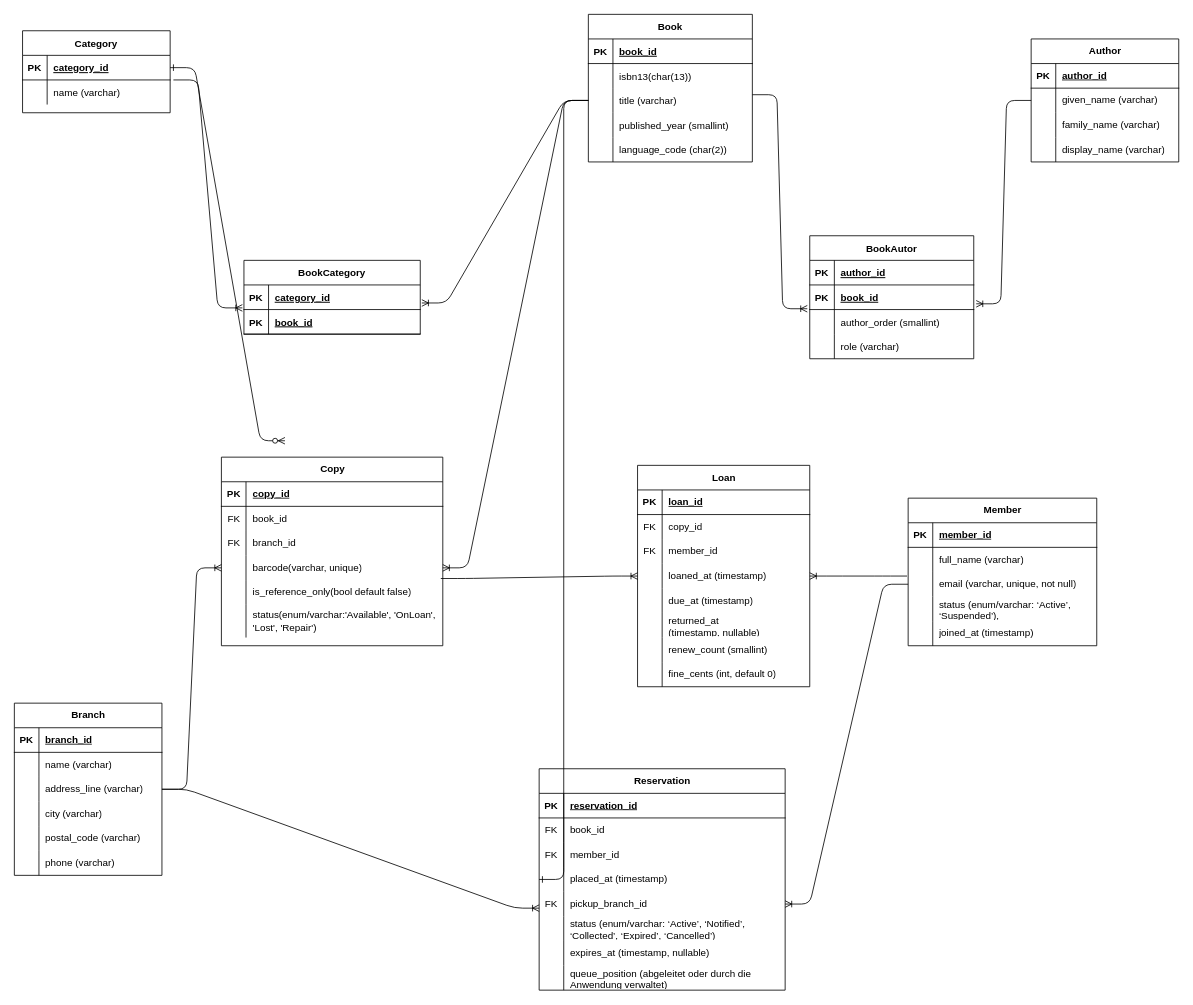
Before: Library_ERD/library_ERD.drawio in kiwipineapple/mini-projects, a draw.io diagram. Source tidied: cells renumbered, new cells numbered last; positions are measured from the earlier drawing's top-left corner, leaving out a move shared by most shapes. Both pictures are drawn from the tidied source at 82%, with x=0, y=0 at pixel (14, 14).
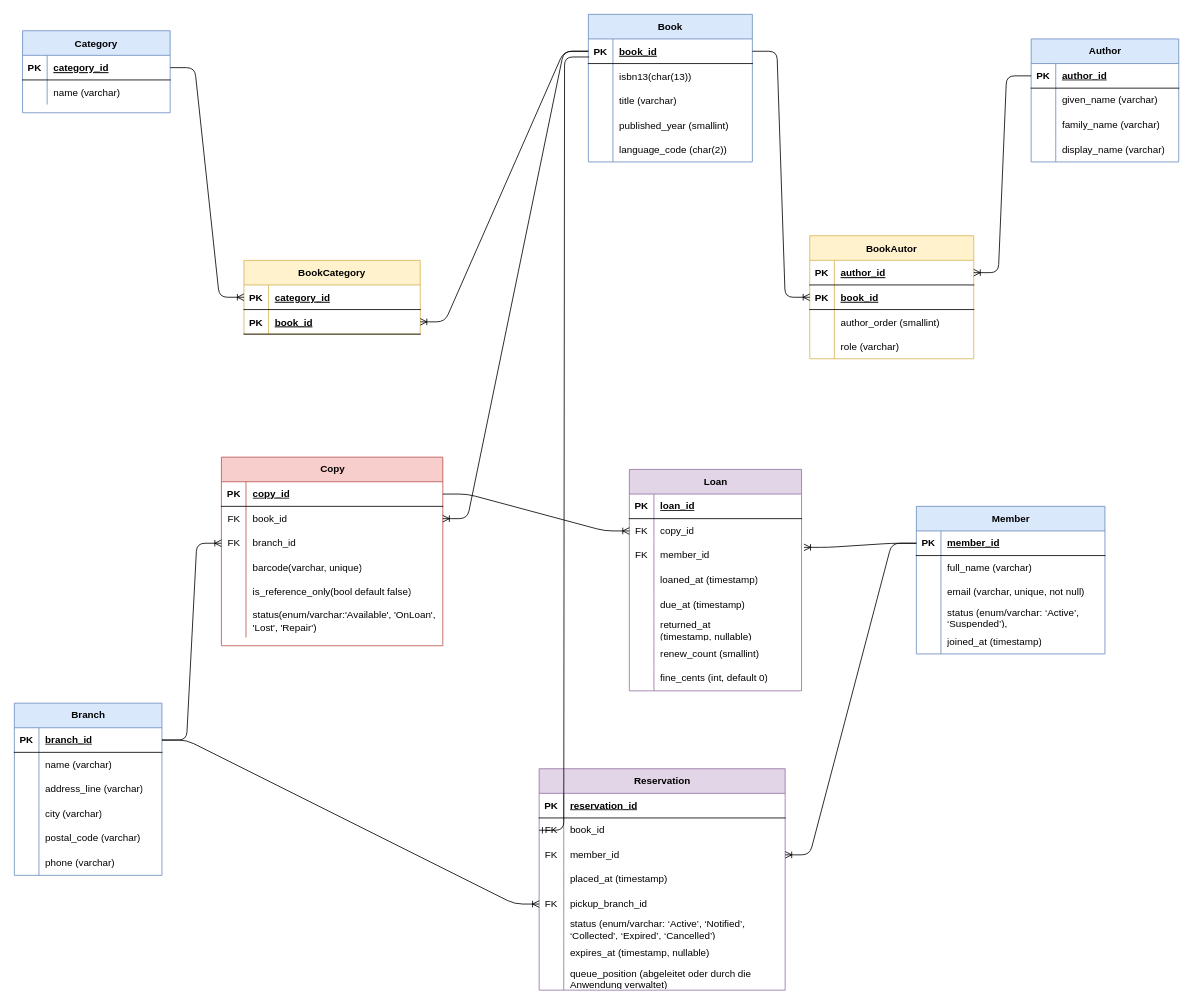
The same page after the edit.

Commit message (it also covers changes not shown here):
Update Library_ERD

The change refers to these unchanged cells:
```xml
<mxCell id="4" style="shape=partialRectangle;fillColor=none;points=[[0,0.5],[1,0.5]];portConstraint=eastwest;top=0;left=0;right=0;bottom=1;" parent="3" vertex="1">
  <mxGeometry y="30" width="215" height="30" as="geometry" />
</mxCell>
<mxCell id="7" style="shape=partialRectangle;fillColor=none;points=[[0,0.5],[1,0.5]];portConstraint=eastwest;top=0;left=0;right=0;bottom=1;" parent="3" vertex="1">
  <mxGeometry y="60" width="215" height="30" as="geometry" />
</mxCell>
<mxCell id="11" style="shape=partialRectangle;fillColor=none;points=[[0,0.5],[1,0.5]];portConstraint=eastwest;top=0;left=0;right=0;bottom=1;" parent="10" vertex="1">
  <mxGeometry y="30" width="200" height="30" as="geometry" />
</mxCell>
<mxCell id="17" style="shape=partialRectangle;fillColor=none;points=[[0,0.5],[1,0.5]];portConstraint=eastwest;top=0;left=0;right=0;bottom=0;" parent="10" vertex="1">
  <mxGeometry y="90" width="200" height="30" as="geometry" />
</mxCell>
<mxCell id="27" style="shape=partialRectangle;fillColor=none;points=[[0,0.5],[1,0.5]];portConstraint=eastwest;top=0;left=0;right=0;bottom=1;" parent="26" vertex="1">
  <mxGeometry y="30" width="180" height="30" as="geometry" />
</mxCell>
<mxCell id="34" style="shape=partialRectangle;fillColor=none;points=[[0,0.5],[1,0.5]];portConstraint=eastwest;top=0;left=0;right=0;bottom=1;" parent="33" vertex="1">
  <mxGeometry y="30" width="200" height="30" as="geometry" />
</mxCell>
<mxCell id="37" style="shape=partialRectangle;fillColor=none;points=[[0,0.5],[1,0.5]];portConstraint=eastwest;top=0;left=0;right=0;bottom=1;" parent="33" vertex="1">
  <mxGeometry y="60" width="200" height="30" as="geometry" />
</mxCell>
<mxCell id="50" style="shape=tableRow;horizontal=0;startSize=0;swimlaneHead=0;swimlaneBody=0;fillColor=none;points=[[0,0.5],[1,0.5]];portConstraint=eastwest;top=0;left=0;right=0;bottom=1;" parent="49" vertex="1">
  <mxGeometry y="30" width="180" height="30" as="geometry" />
</mxCell>
<mxCell id="53" style="shape=tableRow;horizontal=0;startSize=0;swimlaneHead=0;swimlaneBody=0;fillColor=none;points=[[0,0.5],[1,0.5]];portConstraint=eastwest;top=0;left=0;right=0;bottom=0;" parent="49" vertex="1">
  <mxGeometry y="60" width="180" height="30" as="geometry" />
</mxCell>
<mxCell id="64" style="shape=tableRow;horizontal=0;startSize=0;swimlaneHead=0;swimlaneBody=0;fillColor=none;points=[[0,0.5],[1,0.5]];portConstraint=eastwest;top=0;left=0;right=0;bottom=1;" parent="63" vertex="1">
  <mxGeometry y="30" width="270" height="30" as="geometry" />
</mxCell>
<mxCell id="67" style="shape=tableRow;horizontal=0;startSize=0;swimlaneHead=0;swimlaneBody=0;fillColor=none;points=[[0,0.5],[1,0.5]];portConstraint=eastwest;top=0;left=0;right=0;bottom=0;" parent="63" vertex="1">
  <mxGeometry y="60" width="270" height="30" as="geometry" />
</mxCell>
<mxCell id="70" style="shape=tableRow;horizontal=0;startSize=0;swimlaneHead=0;swimlaneBody=0;fillColor=none;points=[[0,0.5],[1,0.5]];portConstraint=eastwest;top=0;left=0;right=0;bottom=0;" parent="63" vertex="1">
  <mxGeometry y="90" width="270" height="30" as="geometry" />
</mxCell>
<mxCell id="73" style="shape=tableRow;horizontal=0;startSize=0;swimlaneHead=0;swimlaneBody=0;fillColor=none;points=[[0,0.5],[1,0.5]];portConstraint=eastwest;top=0;left=0;right=0;bottom=0;" parent="63" vertex="1">
  <mxGeometry y="120" width="270" height="30" as="geometry" />
</mxCell>
<mxCell id="84" style="shape=tableRow;horizontal=0;startSize=0;swimlaneHead=0;swimlaneBody=0;fillColor=none;points=[[0,0.5],[1,0.5]];portConstraint=eastwest;top=0;left=0;right=0;bottom=1;" parent="83" vertex="1">
  <mxGeometry y="30" width="180" height="30" as="geometry" />
</mxCell>
<mxCell id="90" style="shape=tableRow;horizontal=0;startSize=0;swimlaneHead=0;swimlaneBody=0;fillColor=none;points=[[0,0.5],[1,0.5]];portConstraint=eastwest;top=0;left=0;right=0;bottom=0;" parent="83" vertex="1">
  <mxGeometry y="90" width="180" height="30" as="geometry" />
</mxCell>
<mxCell id="103" style="shape=tableRow;horizontal=0;startSize=0;swimlaneHead=0;swimlaneBody=0;fillColor=none;points=[[0,0.5],[1,0.5]];portConstraint=eastwest;top=0;left=0;right=0;bottom=1;" parent="102" vertex="1">
  <mxGeometry y="30" width="230" height="30" as="geometry" />
</mxCell>
<mxCell id="109" style="shape=tableRow;horizontal=0;startSize=0;swimlaneHead=0;swimlaneBody=0;fillColor=none;points=[[0,0.5],[1,0.5]];portConstraint=eastwest;top=0;left=0;right=0;bottom=0;" parent="102" vertex="1">
  <mxGeometry y="90" width="230" height="30" as="geometry" />
</mxCell>
<mxCell id="122" style="shape=tableRow;horizontal=0;startSize=0;swimlaneHead=0;swimlaneBody=0;fillColor=none;points=[[0,0.5],[1,0.5]];portConstraint=eastwest;top=0;left=0;right=0;bottom=0;" parent="118" vertex="1">
  <mxGeometry y="60" width="210" height="30" as="geometry" />
</mxCell>
<mxCell id="125" style="shape=tableRow;horizontal=0;startSize=0;swimlaneHead=0;swimlaneBody=0;fillColor=none;points=[[0,0.5],[1,0.5]];portConstraint=eastwest;top=0;left=0;right=0;bottom=0;" parent="118" vertex="1">
  <mxGeometry y="90" width="210" height="30" as="geometry" />
</mxCell>
<mxCell id="128" style="shape=tableRow;horizontal=0;startSize=0;swimlaneHead=0;swimlaneBody=0;fillColor=none;points=[[0,0.5],[1,0.5]];portConstraint=eastwest;top=0;left=0;right=0;bottom=0;" parent="118" vertex="1">
  <mxGeometry y="120" width="210" height="30" as="geometry" />
</mxCell>
<mxCell id="150" style="shape=tableRow;horizontal=0;startSize=0;swimlaneHead=0;swimlaneBody=0;fillColor=none;points=[[0,0.5],[1,0.5]];portConstraint=eastwest;top=0;left=0;right=0;bottom=0;" parent="146" vertex="1">
  <mxGeometry y="60" width="300" height="30" as="geometry" />
</mxCell>
<mxCell id="153" style="shape=tableRow;horizontal=0;startSize=0;swimlaneHead=0;swimlaneBody=0;fillColor=none;points=[[0,0.5],[1,0.5]];portConstraint=eastwest;top=0;left=0;right=0;bottom=0;" parent="146" vertex="1">
  <mxGeometry y="90" width="300" height="30" as="geometry" />
</mxCell>
<mxCell id="156" style="shape=tableRow;horizontal=0;startSize=0;swimlaneHead=0;swimlaneBody=0;fillColor=none;points=[[0,0.5],[1,0.5]];portConstraint=eastwest;top=0;left=0;right=0;bottom=0;" parent="146" vertex="1">
  <mxGeometry y="120" width="300" height="30" as="geometry" />
</mxCell>
<mxCell id="159" style="shape=tableRow;horizontal=0;startSize=0;swimlaneHead=0;swimlaneBody=0;fillColor=none;points=[[0,0.5],[1,0.5]];portConstraint=eastwest;top=0;left=0;right=0;bottom=0;" parent="146" vertex="1">
  <mxGeometry y="150" width="300" height="30" as="geometry" />
</mxCell>
```

Change to the diagram source:
```diff
@@
-    <mxCell id="2" style="edgeStyle=entityRelationEdgeStyle;endArrow=ERzeroToMany;startArrow=ERone;endFill=1;startFill=0;entryX=0;entryY=0.5;entryDx=0;entryDy=0;" parent="1" edge="1" source="27">
-      <mxGeometry relative="1" as="geometry">
-        <mxPoint x="330" y="520" as="targetPoint" />
-      </mxGeometry>
-    </mxCell>
-    <mxCell id="3" value="BookCategory" style="shape=table;startSize=30;childLayout=tableLayout;rowLines=0;fontStyle=1;align=center;" parent="1" vertex="1">
+    <mxCell id="3" value="BookCategory" style="shape=table;startSize=30;childLayout=tableLayout;rowLines=0;fontStyle=1;align=center;fillColor=#fff2cc;strokeColor=#d6b656;" parent="1" vertex="1">
       <mxGeometry x="280" y="300" width="215" height="90" as="geometry" />
     </mxCell>
@@
-    <mxCell id="10" value="Book" style="shape=table;startSize=30;childLayout=tableLayout;rowLines=0;fontStyle=1;align=center;" parent="1" vertex="1">
+    <mxCell id="10" value="Book" style="shape=table;startSize=30;childLayout=tableLayout;rowLines=0;fontStyle=1;align=center;fillColor=#dae8fc;strokeColor=#6c8ebf;" parent="1" vertex="1">
       <mxGeometry x="700" width="200" height="180" as="geometry" />
     </mxCell>
@@
-    <mxCell id="26" value="Category" style="shape=table;startSize=30;childLayout=tableLayout;rowLines=0;fontStyle=1;align=center;" parent="1" vertex="1">
+    <mxCell id="26" value="Category" style="shape=table;startSize=30;childLayout=tableLayout;rowLines=0;fontStyle=1;align=center;fillColor=#dae8fc;strokeColor=#6c8ebf;" parent="1" vertex="1">
       <mxGeometry x="10" y="20" width="180" height="100" as="geometry" />
     </mxCell>
@@
-    <mxCell id="33" value="BookAutor" style="shape=table;startSize=30;childLayout=tableLayout;rowLines=0;fontStyle=1;align=center;" parent="1" vertex="1">
+    <mxCell id="33" value="BookAutor" style="shape=table;startSize=30;childLayout=tableLayout;rowLines=0;fontStyle=1;align=center;fillColor=#fff2cc;strokeColor=#d6b656;" parent="1" vertex="1">
       <mxGeometry x="970" y="270" width="200" height="150" as="geometry" />
     </mxCell>
@@
-    <mxCell id="46" style="edgeStyle=entityRelationEdgeStyle;fontSize=12;html=1;endArrow=ERoneToMany;rounded=1;entryX=-0.015;entryY=0.967;entryDx=0;entryDy=0;entryPerimeter=0;exitX=1;exitY=0.267;exitDx=0;exitDy=0;exitPerimeter=0;curved=0;" parent="1" edge="1" source="17" target="37">
+    <mxCell id="46" style="edgeStyle=entityRelationEdgeStyle;fontSize=12;html=1;endArrow=ERoneToMany;rounded=1;entryX=0;entryY=0.5;entryDx=0;entryDy=0;exitX=1;exitY=0.5;exitDx=0;exitDy=0;curved=0;" parent="1" edge="1" source="11" target="37">
       <mxGeometry relative="1" as="geometry">
         <Array as="points">
           <mxPoint x="800" y="100" />
           <mxPoint x="800" y="98" />
         </Array>
       </mxGeometry>
     </mxCell>
-    <mxCell id="47" style="edgeStyle=entityRelationEdgeStyle;fontSize=12;html=1;endArrow=ERoneToMany;rounded=1;exitX=0;exitY=0.5;exitDx=0;exitDy=0;entryX=1.009;entryY=0.733;entryDx=0;entryDy=0;entryPerimeter=0;curved=0;" parent="1" edge="1" source="17" target="4">
+    <mxCell id="47" style="edgeStyle=entityRelationEdgeStyle;fontSize=12;html=1;endArrow=ERoneToMany;rounded=1;exitX=0;exitY=0.5;exitDx=0;exitDy=0;entryX=1;entryY=0.5;entryDx=0;entryDy=0;curved=0;" parent="1" edge="1" source="11" target="7">
       <mxGeometry relative="1" as="geometry" />
     </mxCell>
-    <mxCell id="48" style="edgeStyle=entityRelationEdgeStyle;fontSize=12;html=1;endArrow=ERoneToMany;rounded=1;exitX=1.022;exitY=1;exitDx=0;exitDy=0;exitPerimeter=0;entryX=-0.009;entryY=-0.067;entryDx=0;entryDy=0;entryPerimeter=0;curved=0;" parent="1" edge="1" source="27" target="7">
+    <mxCell id="48" style="edgeStyle=entityRelationEdgeStyle;fontSize=12;html=1;endArrow=ERoneToMany;rounded=1;exitX=1;exitY=0.5;exitDx=0;exitDy=0;entryX=0;entryY=0.5;entryDx=0;entryDy=0;curved=0;" parent="1" edge="1" source="27" target="4">
       <mxGeometry relative="1" as="geometry">
         <Array as="points">
           <mxPoint x="560" y="510" />
         </Array>
       </mxGeometry>
     </mxCell>
-    <mxCell id="49" value="Author" style="shape=table;startSize=30;childLayout=tableLayout;rowLines=0;fontStyle=1;align=center;html=1;" parent="1" vertex="1">
+    <mxCell id="49" value="Author" style="shape=table;startSize=30;childLayout=tableLayout;rowLines=0;fontStyle=1;align=center;html=1;fillColor=#dae8fc;strokeColor=#6c8ebf;" parent="1" vertex="1">
       <mxGeometry x="1240" y="30" width="180" height="150" as="geometry" />
     </mxCell>
@@
-    <mxCell id="62" style="edgeStyle=entityRelationEdgeStyle;fontSize=12;html=1;endArrow=ERoneToMany;rounded=1;entryX=1.015;entryY=0.767;entryDx=0;entryDy=0;entryPerimeter=0;exitX=0;exitY=0.5;exitDx=0;exitDy=0;curved=0;" parent="1" edge="1" source="53" target="37">
+    <mxCell id="62" style="edgeStyle=entityRelationEdgeStyle;fontSize=12;html=1;endArrow=ERoneToMany;rounded=1;entryX=1;entryY=0.5;entryDx=0;entryDy=0;exitX=0;exitY=0.5;exitDx=0;exitDy=0;curved=0;" parent="1" edge="1" source="50" target="34">
       <mxGeometry relative="1" as="geometry" />
     </mxCell>
-    <mxCell id="63" value="Copy" style="shape=table;startSize=30;childLayout=tableLayout;rowLines=0;fontStyle=1;align=center;html=1;" parent="1" vertex="1">
+    <mxCell id="63" value="Copy" style="shape=table;startSize=30;childLayout=tableLayout;rowLines=0;fontStyle=1;align=center;html=1;fillColor=#f8cecc;strokeColor=#b85450;" parent="1" vertex="1">
       <mxGeometry x="252.5" y="540" width="270" height="230" as="geometry" />
     </mxCell>
@@
-    <mxCell id="82" style="edgeStyle=entityRelationEdgeStyle;fontSize=12;html=1;endArrow=ERoneToMany;rounded=1;entryX=1;entryY=0.5;entryDx=0;entryDy=0;exitX=0;exitY=0.5;exitDx=0;exitDy=0;curved=0;" parent="1" edge="1" source="17" target="73">
+    <mxCell id="82" style="edgeStyle=entityRelationEdgeStyle;fontSize=12;html=1;endArrow=ERoneToMany;rounded=1;entryX=1;entryY=0.5;entryDx=0;entryDy=0;curved=0;" parent="1" edge="1" source="11" target="67">
       <mxGeometry relative="1" as="geometry">
         <Array as="points">
           <mxPoint x="575" y="675" />
         </Array>
       </mxGeometry>
     </mxCell>
-    <mxCell id="83" value="Branch" style="shape=table;startSize=30;childLayout=tableLayout;rowLines=0;fontStyle=1;align=center;html=1;" parent="1" vertex="1">
+    <mxCell id="83" value="Branch" style="shape=table;startSize=30;childLayout=tableLayout;rowLines=0;fontStyle=1;align=center;html=1;fillColor=#dae8fc;strokeColor=#6c8ebf;" parent="1" vertex="1">
       <mxGeometry y="840" width="180" height="210" as="geometry" />
     </mxCell>
@@
-    <mxCell id="102" value="Member" style="shape=table;startSize=30;childLayout=tableLayout;rowLines=0;fontStyle=1;align=center;html=1;" parent="1" vertex="1">
-      <mxGeometry x="1090" y="590" width="230" height="180" as="geometry" />
+    <mxCell id="102" value="Member" style="shape=table;startSize=30;childLayout=tableLayout;rowLines=0;fontStyle=1;align=center;html=1;fillColor=#dae8fc;strokeColor=#6c8ebf;" parent="1" vertex="1">
+      <mxGeometry x="1100" y="600" width="230" height="180" as="geometry" />
     </mxCell>
@@
-    <mxCell id="118" value="Loan" style="shape=table;startSize=30;childLayout=tableLayout;rowLines=0;fontStyle=1;align=center;html=1;" parent="1" vertex="1">
-      <mxGeometry x="760" y="550" width="210" height="270" as="geometry" />
+    <mxCell id="118" value="Loan" style="shape=table;startSize=30;childLayout=tableLayout;rowLines=0;fontStyle=1;align=center;html=1;fillColor=#e1d5e7;strokeColor=#9673a6;" parent="1" vertex="1">
+      <mxGeometry x="750" y="555" width="210" height="270" as="geometry" />
     </mxCell>
@@
-    <mxCell id="143" style="edgeStyle=entityRelationEdgeStyle;fontSize=12;html=1;endArrow=ERoneToMany;rounded=1;entryX=0;entryY=0.5;entryDx=0;entryDy=0;exitX=1;exitY=0.5;exitDx=0;exitDy=0;curved=0;" parent="1" edge="1" source="90" target="73">
+    <mxCell id="143" style="edgeStyle=entityRelationEdgeStyle;fontSize=12;html=1;endArrow=ERoneToMany;rounded=1;entryX=0;entryY=0.5;entryDx=0;entryDy=0;exitX=1;exitY=0.5;exitDx=0;exitDy=0;curved=0;" parent="1" edge="1" source="84" target="70">
       <mxGeometry relative="1" as="geometry" />
     </mxCell>
-    <mxCell id="144" style="edgeStyle=entityRelationEdgeStyle;fontSize=12;html=1;endArrow=ERoneToMany;rounded=1;exitX=0.991;exitY=0.933;exitDx=0;exitDy=0;exitPerimeter=0;entryX=0;entryY=0.5;entryDx=0;entryDy=0;curved=0;" parent="1" edge="1" source="73" target="128">
+    <mxCell id="144" style="edgeStyle=entityRelationEdgeStyle;fontSize=12;html=1;endArrow=ERoneToMany;rounded=1;exitX=1;exitY=0.5;exitDx=0;exitDy=0;entryX=0;entryY=0.5;entryDx=0;entryDy=0;curved=0;" parent="1" edge="1" source="64" target="122">
       <mxGeometry relative="1" as="geometry" />
     </mxCell>
-    <mxCell id="145" style="edgeStyle=entityRelationEdgeStyle;fontSize=12;html=1;endArrow=ERoneToMany;rounded=1;exitX=-0.006;exitY=0.167;exitDx=0;exitDy=0;exitPerimeter=0;entryX=1;entryY=0.5;entryDx=0;entryDy=0;curved=0;" parent="1" edge="1" source="109" target="128">
+    <mxCell id="145" style="edgeStyle=entityRelationEdgeStyle;fontSize=12;html=1;endArrow=ERoneToMany;rounded=1;exitX=0;exitY=0.5;exitDx=0;exitDy=0;entryX=1.014;entryY=0.167;entryDx=0;entryDy=0;curved=0;entryPerimeter=0;" parent="1" edge="1" source="103" target="125">
       <mxGeometry relative="1" as="geometry" />
     </mxCell>
-    <mxCell id="146" value="Reservation" style="shape=table;startSize=30;childLayout=tableLayout;rowLines=0;fontStyle=1;align=center;html=1;" parent="1" vertex="1">
+    <mxCell id="146" value="Reservation" style="shape=table;startSize=30;childLayout=tableLayout;rowLines=0;fontStyle=1;align=center;html=1;fillColor=#e1d5e7;strokeColor=#9673a6;" parent="1" vertex="1">
       <mxGeometry x="640" y="920" width="300" height="270" as="geometry" />
     </mxCell>
@@
-    <mxCell id="171" style="edgeStyle=entityRelationEdgeStyle;fontSize=12;html=1;endArrow=ERone;endFill=1;rounded=1;entryX=0;entryY=0.5;entryDx=0;entryDy=0;exitX=0;exitY=0.5;exitDx=0;exitDy=0;curved=0;" parent="1" edge="1" source="17" target="156">
+    <mxCell id="171" style="edgeStyle=entityRelationEdgeStyle;fontSize=12;html=1;endArrow=ERone;endFill=1;rounded=1;entryX=0;entryY=0.5;entryDx=0;entryDy=0;exitX=0.005;exitY=0.733;exitDx=0;exitDy=0;curved=0;exitPerimeter=0;" parent="1" edge="1" source="11" target="150">
       <mxGeometry relative="1" as="geometry">
         <Array as="points">
           <mxPoint x="660" y="340" />
           <mxPoint x="570" y="340" />
           <mxPoint x="610" y="1060" />
         </Array>
       </mxGeometry>
     </mxCell>
-    <mxCell id="172" style="edgeStyle=entityRelationEdgeStyle;fontSize=12;html=1;endArrow=ERoneToMany;rounded=1;entryX=1;entryY=0.5;entryDx=0;entryDy=0;exitX=0;exitY=0.5;exitDx=0;exitDy=0;curved=0;flowAnimation=0;shadow=0;" parent="1" edge="1" source="109" target="159">
+    <mxCell id="172" style="edgeStyle=entityRelationEdgeStyle;fontSize=12;html=1;endArrow=ERoneToMany;rounded=1;entryX=1;entryY=0.5;entryDx=0;entryDy=0;exitX=0;exitY=0.5;exitDx=0;exitDy=0;curved=0;flowAnimation=0;shadow=0;" parent="1" edge="1" source="103" target="153">
       <mxGeometry relative="1" as="geometry" />
     </mxCell>
-    <mxCell id="173" style="edgeStyle=entityRelationEdgeStyle;fontSize=12;html=1;endArrow=ERoneToMany;rounded=1;curved=0;entryX=0;entryY=0.5;entryDx=0;entryDy=0;exitX=1;exitY=0.5;exitDx=0;exitDy=0;" parent="1" edge="1" source="90">
-      <mxGeometry relative="1" as="geometry">
-        <mxPoint x="640" y="1090" as="targetPoint" />
-      </mxGeometry>
+    <mxCell id="173" style="edgeStyle=entityRelationEdgeStyle;fontSize=12;html=1;endArrow=ERoneToMany;rounded=1;curved=0;entryX=0;entryY=0.5;entryDx=0;entryDy=0;exitX=1;exitY=0.5;exitDx=0;exitDy=0;" parent="1" edge="1" source="84" target="159">
+      <mxGeometry relative="1" as="geometry" />
     </mxCell>
```
